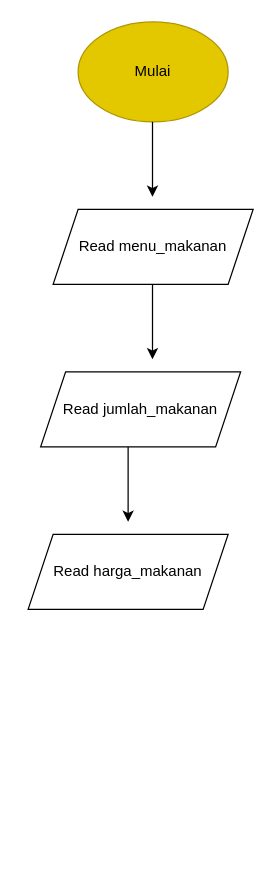
Above: flowchart-fe2848059.drawio in gabryella-apriani-sinaga/Gabryella_Apriani_Sinaga-Order_Makanan_via_Online (draw.io), before the change. Source tidied: cells renumbered, new cells numbered last; positions are measured from the earlier drawing's top-left corner, leaving out a move shared by most shapes. Both pictures are drawn from the tidied source at 125%, with x=0, y=0 at pixel (28, 21).
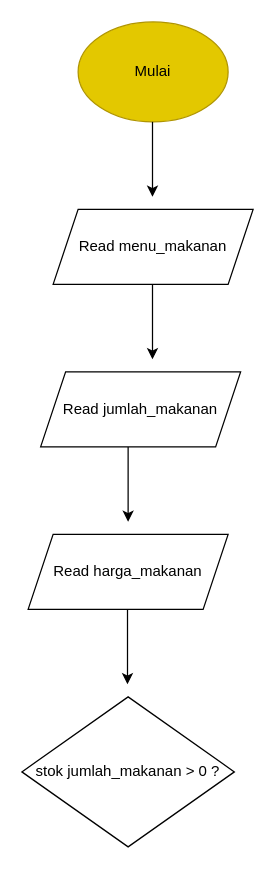
The same diagram, later.

Commit message:
make new state 'stok jumlah_makanan > 0 ?'

Change to the diagram source:
```diff
@@
 <mxGraphModel>
   <root>
     <mxCell id="0" />
     <mxCell id="1" parent="0" />
     <mxCell id="2" value="Mulai" style="ellipse;whiteSpace=wrap;html=1;fillColor=#e3c800;fontColor=#000000;strokeColor=#B09500;" parent="1" vertex="1">
       <mxGeometry x="40" width="120" height="80" as="geometry" />
     </mxCell>
     <mxCell id="3" style="endArrow=classic;html=1;" parent="1" edge="1">
       <mxGeometry relative="1" as="geometry">
         <mxPoint x="99.5" y="80" as="sourcePoint" />
         <mxPoint x="99.5" y="140" as="targetPoint" />
       </mxGeometry>
     </mxCell>
     <mxCell id="4" value="Read menu_makanan" style="shape=parallelogram;perimeter=parallelogramPerimeter;whiteSpace=wrap;html=1;fixedSize=1;" parent="1" vertex="1">
       <mxGeometry x="20" y="150" width="160" height="60" as="geometry" />
     </mxCell>
     <mxCell id="5" style="endArrow=classic;html=1;" parent="1" edge="1">
       <mxGeometry relative="1" as="geometry">
         <mxPoint x="99.5" y="210" as="sourcePoint" />
         <mxPoint x="99.5" y="270" as="targetPoint" />
       </mxGeometry>
     </mxCell>
     <mxCell id="6" value="Read jumlah_makanan" style="shape=parallelogram;perimeter=parallelogramPerimeter;whiteSpace=wrap;html=1;fixedSize=1;" parent="1" vertex="1">
       <mxGeometry x="10" y="280" width="160" height="60" as="geometry" />
     </mxCell>
     <mxCell id="7" style="endArrow=classic;html=1;" parent="1" edge="1">
       <mxGeometry relative="1" as="geometry">
         <mxPoint x="80" y="340" as="sourcePoint" />
         <mxPoint x="80" y="400" as="targetPoint" />
       </mxGeometry>
     </mxCell>
     <mxCell id="8" value="Read harga_makanan" style="shape=parallelogram;perimeter=parallelogramPerimeter;whiteSpace=wrap;html=1;fixedSize=1;" parent="1" vertex="1">
       <mxGeometry y="410" width="160" height="60" as="geometry" />
     </mxCell>
+    <mxCell id="9" style="endArrow=classic;html=1;" parent="1" edge="1">
+      <mxGeometry relative="1" as="geometry">
+        <mxPoint x="79.5" y="470" as="sourcePoint" />
+        <mxPoint x="79.5" y="530" as="targetPoint" />
+      </mxGeometry>
+    </mxCell>
+    <mxCell id="10" value="stok jumlah_makanan &amp;gt; 0 ?" style="rhombus;whiteSpace=wrap;html=1;" parent="1" vertex="1">
+      <mxGeometry x="-5" y="540" width="170" height="120" as="geometry" />
+    </mxCell>
   </root>
 </mxGraphModel>
```
